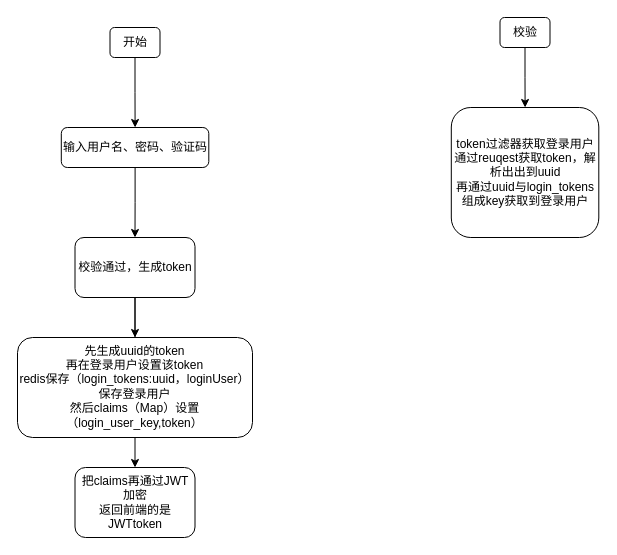
Before: login/ruoyi-vue-login.drawio in meijinwu/flow-chart, a draw.io diagram. Source tidied: cells renumbered, new cells numbered last; positions are measured from the earlier drawing's top-left corner, leaving out a move shared by most shapes. Both pictures are drawn from the tidied source at 100%, with x=0, y=0 at pixel (17, 17).
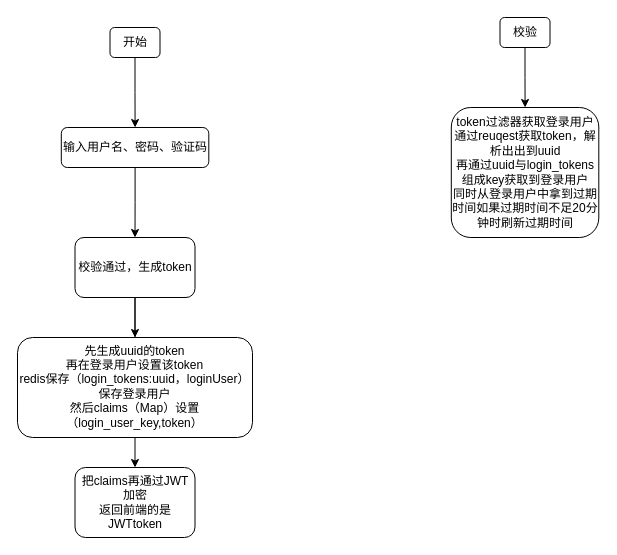
Above is the later version.

Change to the diagram source:
```diff
@@
 <mxGraphModel>
   <root>
     <mxCell id="0" />
     <mxCell id="1" parent="0" />
     <mxCell id="2" style="edgeStyle=orthogonalEdgeStyle;rounded=0;jettySize=auto;html=1;" parent="1" edge="1" source="3" target="5">
       <mxGeometry relative="1" as="geometry" />
     </mxCell>
     <mxCell id="3" value="开始" style="rounded=1;whiteSpace=wrap;html=1;" parent="1" vertex="1">
       <mxGeometry x="92.5" y="10" width="50" height="30" as="geometry" />
     </mxCell>
     <mxCell id="4" style="edgeStyle=orthogonalEdgeStyle;rounded=0;jettySize=auto;html=1;" parent="1" edge="1" source="5" target="8">
       <mxGeometry relative="1" as="geometry" />
     </mxCell>
     <mxCell id="5" value="输入用户名、密码、验证码" style="whiteSpace=wrap;html=1;rounded=1;" parent="1" vertex="1">
       <mxGeometry x="43.8" y="110" width="147.5" height="40" as="geometry" />
     </mxCell>
     <mxCell id="6" style="edgeStyle=orthogonalEdgeStyle;rounded=0;jettySize=auto;html=1;" parent="1" edge="1" source="8" target="9">
       <mxGeometry relative="1" as="geometry" />
     </mxCell>
     <mxCell id="7" style="edgeStyle=orthogonalEdgeStyle;rounded=0;jettySize=auto;html=1;" parent="1" edge="1" source="8" target="10">
       <mxGeometry relative="1" as="geometry" />
     </mxCell>
     <mxCell id="8" value="校验通过，生成token" style="whiteSpace=wrap;html=1;rounded=1;" parent="1" vertex="1">
       <mxGeometry x="57.5" y="220" width="120" height="60" as="geometry" />
     </mxCell>
     <mxCell id="9" value="把claims再通过JWT加密&lt;br&gt;返回前端的是JWTtoken" style="whiteSpace=wrap;html=1;rounded=1;" parent="1" vertex="1">
       <mxGeometry x="57.5" y="450" width="120" height="70" as="geometry" />
     </mxCell>
     <mxCell id="10" value="先生成uuid的token&lt;br&gt;再在登录用户设置该token&lt;br&gt;redis保存（login_tokens:uuid，loginUser）保存登录用户&lt;br&gt;然后claims（Map）设置（login_user_key,token）&lt;font face=&quot;JetBrains Mono, monospace&quot; color=&quot;#a9b7c6&quot;&gt;&lt;span style=&quot;font-size: 13.0667px; background-color: rgb(43, 43, 43);&quot;&gt;&lt;br&gt;&lt;/span&gt;&lt;/font&gt;" style="whiteSpace=wrap;html=1;rounded=1;" parent="1" vertex="1">
       <mxGeometry y="320" width="235" height="100" as="geometry" />
     </mxCell>
     <mxCell id="11" style="edgeStyle=orthogonalEdgeStyle;rounded=0;jettySize=auto;html=1;" parent="1" edge="1" source="12" target="13">
       <mxGeometry relative="1" as="geometry" />
     </mxCell>
     <mxCell id="12" value="校验" style="rounded=1;whiteSpace=wrap;html=1;" parent="1" vertex="1">
       <mxGeometry x="482.5" width="50" height="30" as="geometry" />
     </mxCell>
-    <mxCell id="13" value="token过滤器获取登录用户&lt;br&gt;通过reuqest获取token，解析出出到uuid&lt;br&gt;再通过uuid与login_tokens组成key获取到登录用户" style="whiteSpace=wrap;html=1;rounded=1;" parent="1" vertex="1">
+    <mxCell id="13" value="token过滤器获取登录用户&lt;br&gt;通过reuqest获取token，解析出出到uuid&lt;br&gt;再通过uuid与login_tokens组成key获取到登录用户&lt;br&gt;同时从登录用户中拿到过期时间如果过期时间不足20分钟时刷新过期时间" style="whiteSpace=wrap;html=1;rounded=1;" parent="1" vertex="1">
       <mxGeometry x="433.8" y="90" width="147.5" height="130" as="geometry" />
     </mxCell>
     <mxCell id="14" style="edgeStyle=orthogonalEdgeStyle;rounded=0;orthogonalLoop=1;jettySize=auto;html=1;" parent="1" edge="1">
       <mxGeometry relative="1" as="geometry">
         <mxPoint x="507.5" y="360" as="sourcePoint" />
       </mxGeometry>
     </mxCell>
   </root>
 </mxGraphModel>
```
